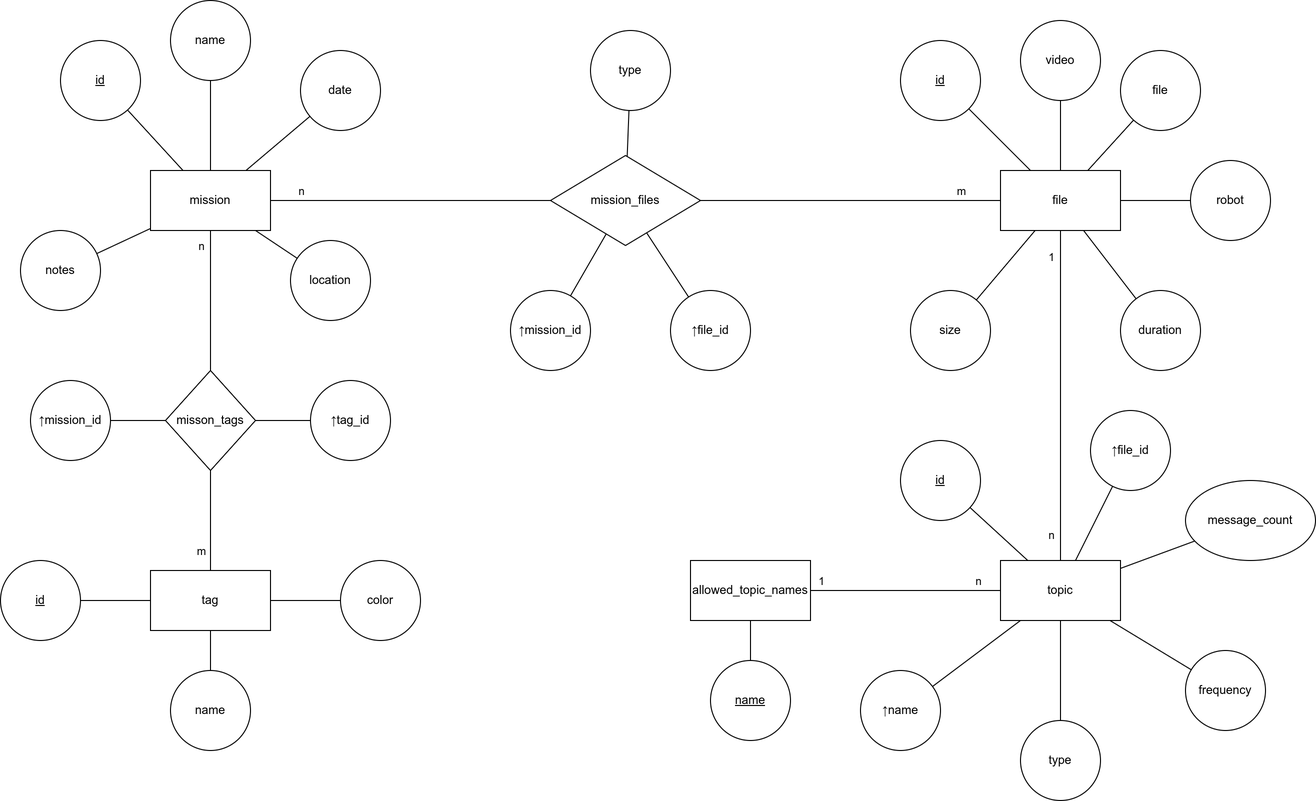
Above: docs/db_scheme/db_scheme_er_diagram.png in brendel-group/mission_db (draw.io), before the change. Source tidied: cells renumbered, new cells last; positions are measured from the earlier drawing's top-left corner, leaving out a move shared by most shapes.
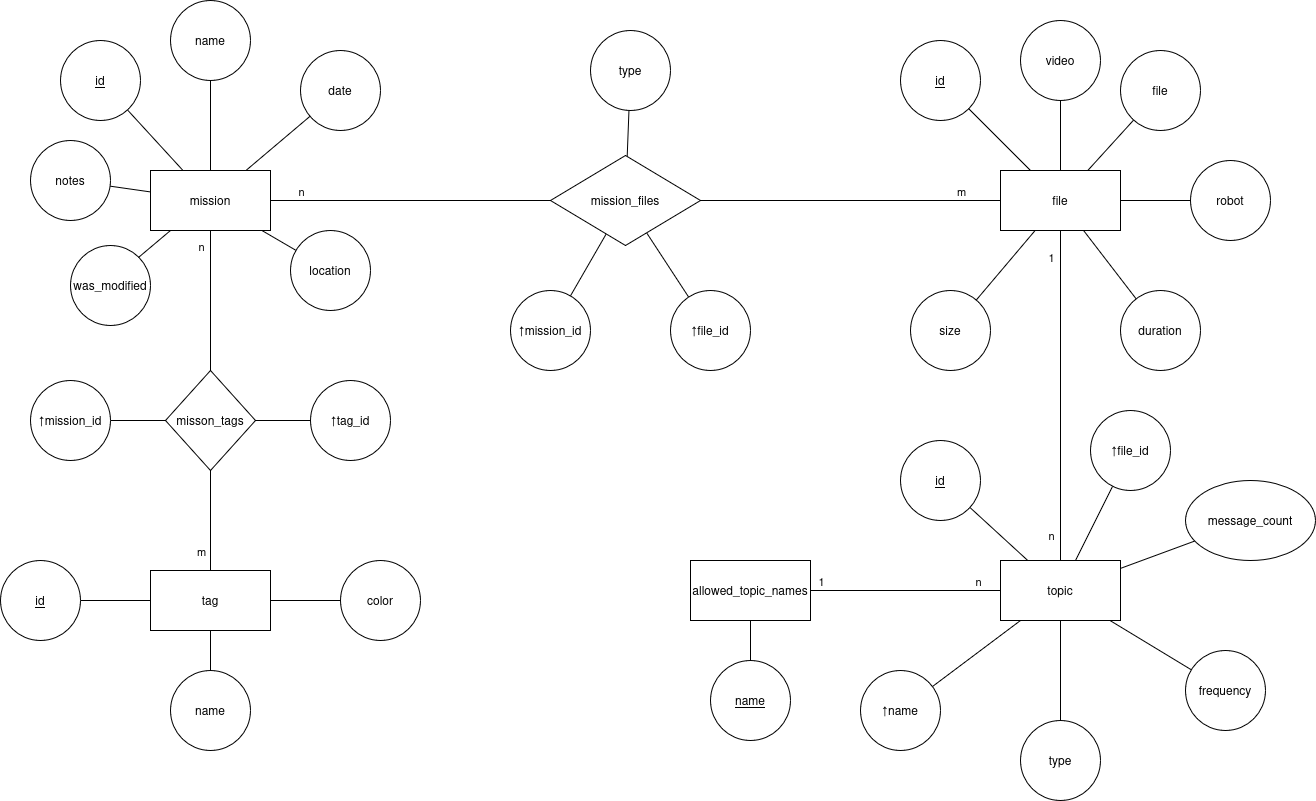
The same file after the commit.

Commit message:
update database scheme

The edit, as a diff of the source:
```diff
@@ -85,10 +85,10 @@
       <mxGeometry x="60" y="40" width="80" height="80" as="geometry" />
     </mxCell>
     <mxCell id="26" value="location" style="ellipse;whiteSpace=wrap;html=1;rounded=0;" parent="1" vertex="1">
-      <mxGeometry x="290" y="240" width="80" height="80" as="geometry" />
+      <mxGeometry x="290" y="230" width="80" height="80" as="geometry" />
     </mxCell>
     <mxCell id="27" value="notes" style="ellipse;whiteSpace=wrap;html=1;rounded=0;" parent="1" vertex="1">
-      <mxGeometry x="20" y="230" width="80" height="80" as="geometry" />
+      <mxGeometry x="30" y="140" width="80" height="80" as="geometry" />
     </mxCell>
     <mxCell id="28" style="edgeStyle=none;shape=connector;rounded=0;jettySize=auto;html=1;strokeColor=default;align=center;verticalAlign=middle;fontFamily=Helvetica;fontSize=11;fontColor=default;labelBackgroundColor=default;endArrow=none;" parent="1" edge="1" source="31" target="40">
       <mxGeometry relative="1" as="geometry" />
@@ -249,5 +249,13 @@
     <mxCell id="78" value="&lt;u&gt;name&lt;/u&gt;" style="ellipse;whiteSpace=wrap;html=1;rounded=0;" parent="1" vertex="1">
       <mxGeometry x="710" y="660" width="80" height="80" as="geometry" />
     </mxCell>
+    <mxCell id="79" value="was_modified" style="ellipse;whiteSpace=wrap;html=1;" parent="1" vertex="1">
+      <mxGeometry x="70" y="245" width="80" height="80" as="geometry" />
+    </mxCell>
+    <mxCell id="80" style="edgeStyle=none;shape=connector;rounded=0;jettySize=auto;html=1;strokeColor=default;align=center;verticalAlign=middle;fontFamily=Helvetica;fontSize=11;fontColor=default;labelBackgroundColor=default;endArrow=none;exitX=1;exitY=0;exitDx=0;exitDy=0;" parent="1" edge="1" source="79">
+      <mxGeometry relative="1" as="geometry">
+        <mxPoint x="170" y="230" as="targetPoint" />
+      </mxGeometry>
+    </mxCell>
   </root>
 </mxGraphModel>
```
